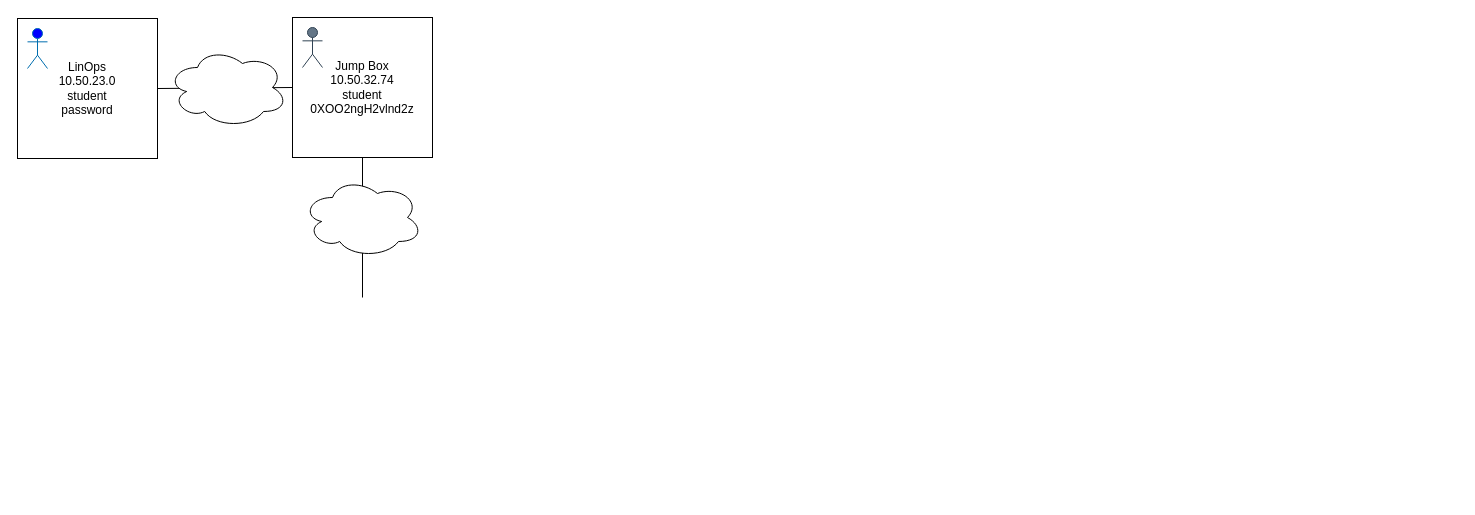
Above: page "Page-4" (2 of 3) of Security/Vacca/Security Map.drawio in TheWaltuh/COSC-Notes (draw.io), before the change. Source tidied: cells renumbered, new cells numbered last; positions are measured from the earlier drawing's top-left corner, leaving out a move shared by most shapes. Both pictures are drawn from the tidied source at 100%, with x=0, y=0 at pixel (17, 17).
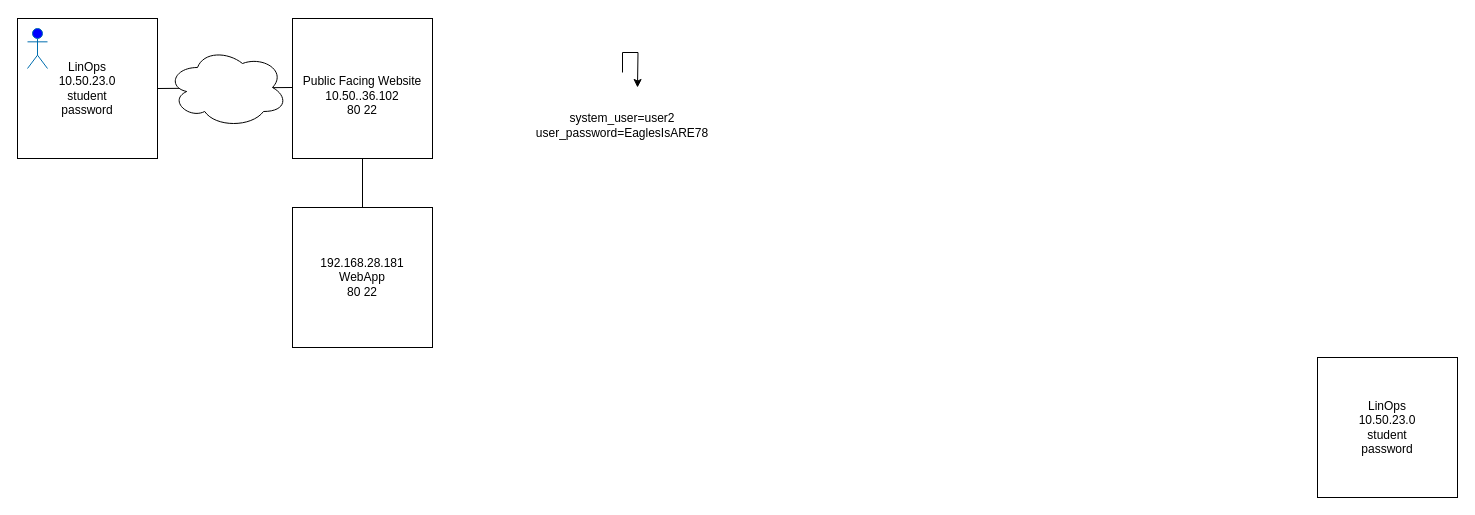
Above is the later version.

Diff of the diagram source:
```diff
@@
 <mxGraphModel>
   <root>
     <mxCell id="0" />
     <mxCell id="1" parent="0" />
     <mxCell id="2" style="group;" parent="1" vertex="1">
       <mxGeometry y="1" width="140" height="140" as="geometry" />
     </mxCell>
     <mxCell id="3" value="&lt;div&gt;LinOps&lt;/div&gt;&lt;div&gt;10.50.23.0&lt;br&gt;&lt;/div&gt;&lt;div&gt;student&lt;/div&gt;&lt;div&gt;password&lt;br&gt;&lt;/div&gt;" style="whiteSpace=wrap;html=1;" parent="2" vertex="1">
       <mxGeometry width="140" height="140" as="geometry" />
     </mxCell>
     <mxCell id="4" style="shape=umlActor;verticalLabelPosition=bottom;verticalAlign=top;html=1;fillColor=#0000FF;fontColor=#ffffff;strokeColor=#006EAF;" parent="2" vertex="1">
       <mxGeometry x="10" y="10" width="20" height="40" as="geometry" />
     </mxCell>
-    <mxCell id="5" style="group;" parent="1" vertex="1">
-      <mxGeometry x="275" width="140" height="140" as="geometry" />
-    </mxCell>
-    <mxCell id="6" value="&lt;div&gt;Jump Box&lt;br&gt;&lt;/div&gt;&lt;div&gt;10.50.32.74&lt;br&gt;&lt;/div&gt;&lt;div&gt;student&lt;/div&gt;&lt;div&gt;0XOO2ngH2vlnd2z&lt;br&gt;&lt;/div&gt;" style="whiteSpace=wrap;html=1;" parent="5" vertex="1">
-      <mxGeometry width="140" height="140" as="geometry" />
-    </mxCell>
-    <mxCell id="7" style="shape=umlActor;verticalLabelPosition=bottom;verticalAlign=top;html=1;fillColor=#647687;fontColor=#ffffff;strokeColor=#314354;" parent="5" vertex="1">
-      <mxGeometry x="10" y="10" width="20" height="40" as="geometry" />
-    </mxCell>
-    <mxCell id="8" style="endArrow=none;html=1;rounded=0;entryX=0;entryY=0.5;entryDx=0;entryDy=0;exitX=1;exitY=0.5;exitDx=0;exitDy=0;" parent="1" edge="1" source="3" target="6">
-      <mxGeometry relative="1" as="geometry" />
+    <mxCell id="8" style="endArrow=none;html=1;rounded=0;entryX=0;entryY=0.5;entryDx=0;entryDy=0;exitX=1;exitY=0.5;exitDx=0;exitDy=0;" parent="1" edge="1" source="3">
+      <mxGeometry relative="1" as="geometry">
+        <mxPoint x="275" y="70" as="targetPoint" />
+      </mxGeometry>
     </mxCell>
     <mxCell id="9" style="ellipse;shape=cloud;whiteSpace=wrap;html=1;" parent="1" vertex="1">
       <mxGeometry x="150" y="30" width="120" height="80" as="geometry" />
     </mxCell>
-    <mxCell id="10" style="endArrow=none;html=1;rounded=0;entryX=0.5;entryY=1;entryDx=0;entryDy=0;" parent="1" edge="1" target="6">
-      <mxGeometry relative="1" as="geometry">
-        <mxPoint x="345" y="280" as="sourcePoint" />
-      </mxGeometry>
-    </mxCell>
-    <mxCell id="11" style="ellipse;shape=cloud;whiteSpace=wrap;html=1;" parent="1" vertex="1">
-      <mxGeometry x="285" y="160" width="120" height="80" as="geometry" />
-    </mxCell>
+    <mxCell id="12" value="&lt;div&gt;LinOps&lt;/div&gt;&lt;div&gt;10.50.23.0&lt;br&gt;&lt;/div&gt;&lt;div&gt;student&lt;/div&gt;&lt;div&gt;password&lt;br&gt;&lt;/div&gt;" style="whiteSpace=wrap;html=1;" parent="1" vertex="1">
+      <mxGeometry x="1300" y="340" width="140" height="140" as="geometry" />
+    </mxCell>
+    <mxCell id="13" value="&lt;div&gt;&lt;br&gt;&lt;/div&gt;&lt;div&gt;Public Facing Website&lt;br&gt;&lt;/div&gt;&lt;div&gt;10.50..36.102&lt;/div&gt;&lt;div&gt;80 22&lt;br&gt;&lt;/div&gt;" style="whiteSpace=wrap;html=1;" parent="1" vertex="1">
+      <mxGeometry x="275" y="1" width="140" height="140" as="geometry" />
+    </mxCell>
+    <mxCell id="14" style="edgeStyle=orthogonalEdgeStyle;rounded=0;jettySize=auto;html=1;" parent="1" edge="1" source="15">
+      <mxGeometry relative="1" as="geometry">
+        <mxPoint x="620" y="70" as="targetPoint" />
+      </mxGeometry>
+    </mxCell>
+    <mxCell id="15" value="system_user=user2&lt;br&gt;user_password=EaglesIsARE78&lt;br&gt;" style="text;html=1;strokeColor=none;fillColor=none;align=center;verticalAlign=middle;whiteSpace=wrap;rounded=0;" parent="1" vertex="1">
+      <mxGeometry x="480" y="55" width="250" height="105" as="geometry" />
+    </mxCell>
+    <mxCell id="16" value="&lt;div&gt;192.168.28.181 &lt;br&gt;&lt;/div&gt;&lt;div&gt;WebApp&lt;/div&gt;&lt;div&gt;80 22&lt;br&gt;&lt;/div&gt;" style="whiteSpace=wrap;html=1;" parent="1" vertex="1">
+      <mxGeometry x="275" y="190" width="140" height="140" as="geometry" />
+    </mxCell>
+    <mxCell id="17" style="endArrow=none;html=1;rounded=0;entryX=0.5;entryY=1;entryDx=0;entryDy=0;exitX=0.5;exitY=0;exitDx=0;exitDy=0;" parent="1" edge="1" source="16" target="13">
+      <mxGeometry relative="1" as="geometry" />
+    </mxCell>
   </root>
 </mxGraphModel>
```
